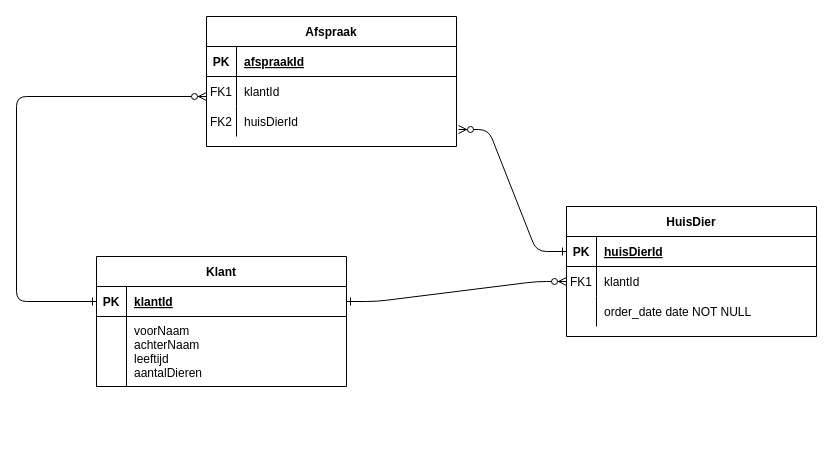
Earlier version of the draw.io diagram opdracht-c4-informatica.drawio (DDE-64-bit/Informatica-Social). Source tidied: cells renumbered, new cells numbered last; positions are measured from the earlier drawing's top-left corner, leaving out a move shared by most shapes. Both pictures are drawn from the tidied source at 100%, with x=0, y=0 at pixel (16, 16).
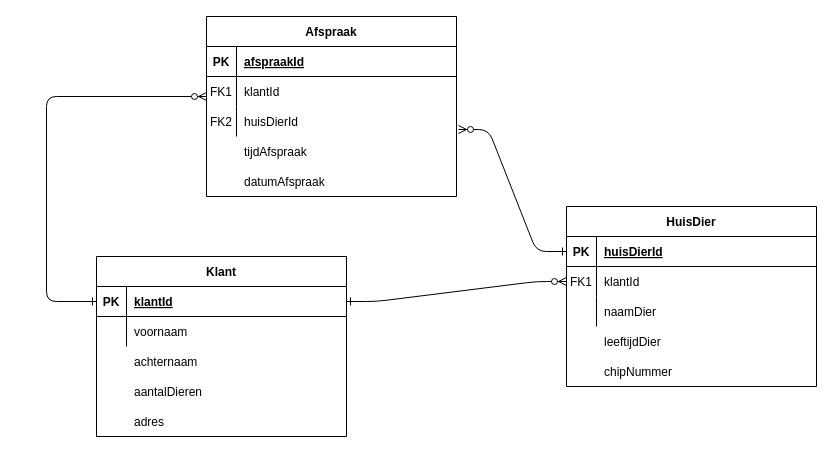
The same page after the edit.

The change refers to these unchanged cells:
```xml
<mxCell id="11" style="shape=partialRectangle;fillColor=none;top=0;left=0;right=0;bottom=0;" parent="4" vertex="1">
  <mxGeometry y="90" width="250" height="30" as="geometry" />
</mxCell>
<mxCell id="18" style="shape=partialRectangle;fillColor=none;points=[[0,0.5],[1,0.5]];portConstraint=eastwest;top=0;left=0;right=0;bottom=0;" parent="14" vertex="1">
  <mxGeometry y="60" width="250" height="30" as="geometry" />
</mxCell>
<mxCell id="25" style="shape=partialRectangle;fillColor=none;points=[[0,0.5],[1,0.5]];portConstraint=eastwest;top=0;left=0;right=0;bottom=1;" parent="24" vertex="1">
  <mxGeometry y="30" width="250" height="30" as="geometry" />
</mxCell>
```

Change to the diagram source:
```diff
@@
     <mxCell id="4" value="HuisDier" style="shape=table;startSize=30;childLayout=tableLayout;rowLines=0;fontStyle=1;align=center;" parent="1" vertex="1">
-      <mxGeometry x="550" y="190" width="250" height="130" as="geometry" />
+      <mxGeometry x="550" y="190" width="250" height="180" as="geometry" />
     </mxCell>
@@
-    <mxCell id="13" value="order_date date NOT NULL" style="shape=partialRectangle;overflow=hidden;fillColor=none;top=0;left=0;bottom=0;right=0;align=left;spacingLeft=6;" parent="11" vertex="1">
+    <mxCell id="13" value="naamDier" style="shape=partialRectangle;overflow=hidden;fillColor=none;top=0;left=0;bottom=0;right=0;align=left;spacingLeft=6;" parent="11" vertex="1">
       <mxGeometry x="30" width="220" height="30" as="geometry" />
     </mxCell>
     <mxCell id="14" value="Afspraak" style="shape=table;startSize=30;childLayout=tableLayout;rowLines=0;fontStyle=1;align=center;" parent="1" vertex="1">
-      <mxGeometry x="190" width="250" height="130" as="geometry" />
+      <mxGeometry x="190" width="250" height="180" as="geometry" />
     </mxCell>
@@
     <mxCell id="24" value="Klant" style="shape=table;startSize=30;childLayout=tableLayout;rowLines=0;fontStyle=1;align=center;" parent="1" vertex="1">
-      <mxGeometry x="80" y="240" width="250" height="130" as="geometry" />
+      <mxGeometry x="80" y="240" width="250" height="180" as="geometry" />
     </mxCell>
@@
     <mxCell id="28" style="shape=partialRectangle;fillColor=none;top=0;left=0;right=0;bottom=0;" parent="24" vertex="1">
-      <mxGeometry y="60" width="250" height="70" as="geometry" />
+      <mxGeometry y="60" width="250" height="30" as="geometry" />
     </mxCell>
     <mxCell id="29" style="shape=partialRectangle;overflow=hidden;fillColor=none;top=0;left=0;bottom=0;right=0;" parent="28" vertex="1">
-      <mxGeometry width="30" height="70" as="geometry" />
+      <mxGeometry width="30" height="30" as="geometry" />
     </mxCell>
-    <mxCell id="30" value="voorNaam&#10;achterNaam&#10;leeftijd&#10;aantalDieren" style="shape=partialRectangle;overflow=hidden;fillColor=none;top=0;left=0;bottom=0;right=0;align=left;spacingLeft=6;" parent="28" vertex="1">
-      <mxGeometry x="30" width="220" height="70" as="geometry" />
+    <mxCell id="30" value="voornaam" style="shape=partialRectangle;overflow=hidden;fillColor=none;top=0;left=0;bottom=0;right=0;align=left;spacingLeft=6;" parent="28" vertex="1">
+      <mxGeometry x="30" width="220" height="30" as="geometry" />
     </mxCell>
     <mxCell id="31" style="edgeStyle=orthogonalEdgeStyle;endArrow=ERzeroToMany;startArrow=ERone;endFill=1;startFill=0;exitX=0;exitY=0.5;exitDx=0;exitDy=0;" parent="1" edge="1" source="25" target="18">
       <mxGeometry relative="1" as="geometry">
         <Array as="points">
-          <mxPoint y="285" />
-          <mxPoint y="80" />
+          <mxPoint x="30" y="285" />
+          <mxPoint x="30" y="80" />
         </Array>
       </mxGeometry>
     </mxCell>
+    <mxCell id="32" value="leeftijdDier" style="shape=partialRectangle;overflow=hidden;fillColor=none;top=0;left=0;bottom=0;right=0;align=left;spacingLeft=6;" parent="1" vertex="1">
+      <mxGeometry x="580" y="310" width="220" height="30" as="geometry" />
+    </mxCell>
+    <mxCell id="33" value="achternaam" style="shape=partialRectangle;overflow=hidden;fillColor=none;top=0;left=0;bottom=0;right=0;align=left;spacingLeft=6;" parent="1" vertex="1">
+      <mxGeometry x="110" y="330" width="220" height="30" as="geometry" />
+    </mxCell>
+    <mxCell id="34" value="aantalDieren" style="shape=partialRectangle;overflow=hidden;fillColor=none;top=0;left=0;bottom=0;right=0;align=left;spacingLeft=6;" parent="1" vertex="1">
+      <mxGeometry x="110" y="360" width="220" height="30" as="geometry" />
+    </mxCell>
+    <mxCell id="35" value="adres" style="shape=partialRectangle;overflow=hidden;fillColor=none;top=0;left=0;bottom=0;right=0;align=left;spacingLeft=6;" parent="1" vertex="1">
+      <mxGeometry x="110" y="390" width="220" height="30" as="geometry" />
+    </mxCell>
+    <mxCell id="36" value="chipNummer" style="shape=partialRectangle;overflow=hidden;fillColor=none;top=0;left=0;bottom=0;right=0;align=left;spacingLeft=6;" parent="1" vertex="1">
+      <mxGeometry x="580" y="340" width="220" height="30" as="geometry" />
+    </mxCell>
+    <mxCell id="37" value="tijdAfspraak" style="shape=partialRectangle;overflow=hidden;fillColor=none;top=0;left=0;bottom=0;right=0;align=left;spacingLeft=6;" parent="1" vertex="1">
+      <mxGeometry x="220" y="120" width="220" height="30" as="geometry" />
+    </mxCell>
+    <mxCell id="38" value="datumAfspraak" style="shape=partialRectangle;overflow=hidden;fillColor=none;top=0;left=0;bottom=0;right=0;align=left;spacingLeft=6;" parent="1" vertex="1">
+      <mxGeometry x="220" y="150" width="220" height="30" as="geometry" />
+    </mxCell>
```
